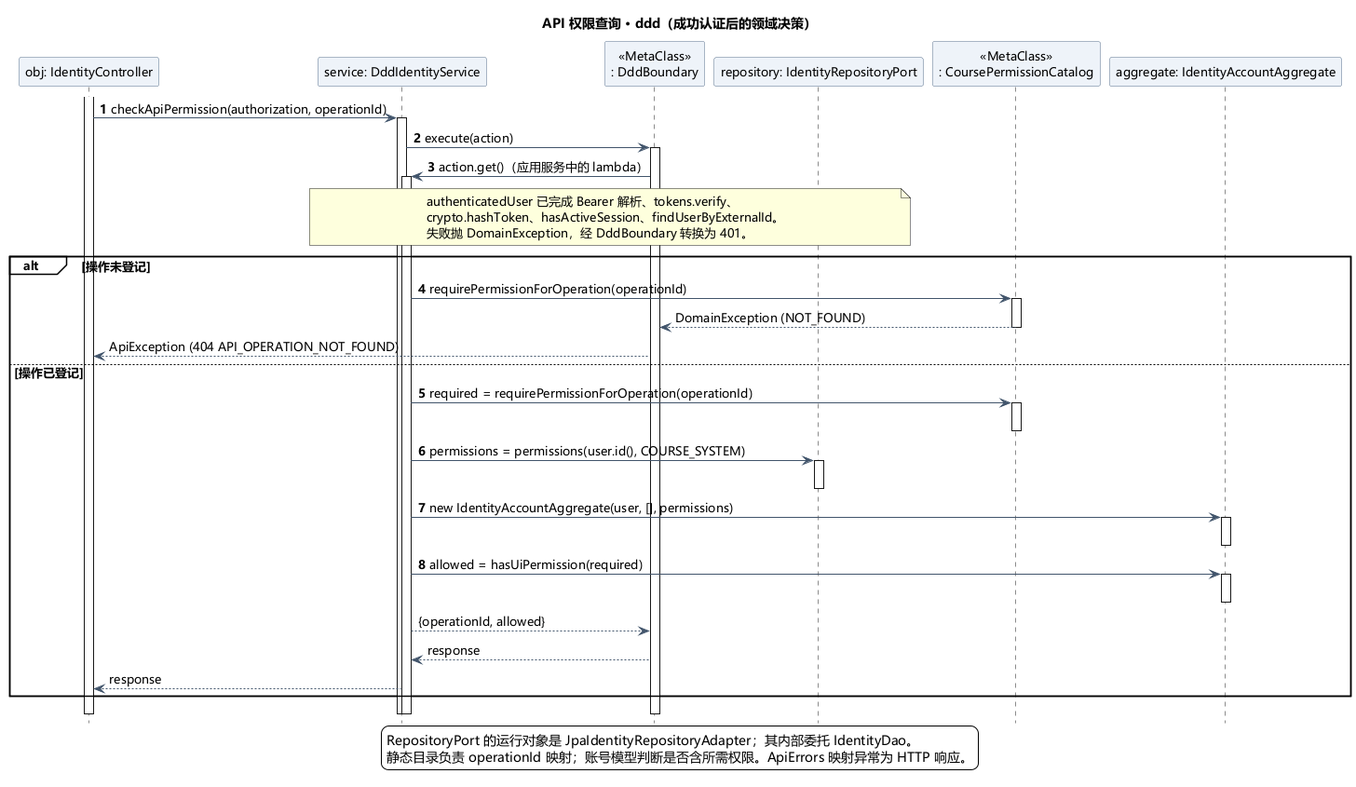
This is doc/uml/api-permission-ddd-sequence.png from JiuQi79-BOT/MelonHub, a PlantUML export, as it was before one commit.
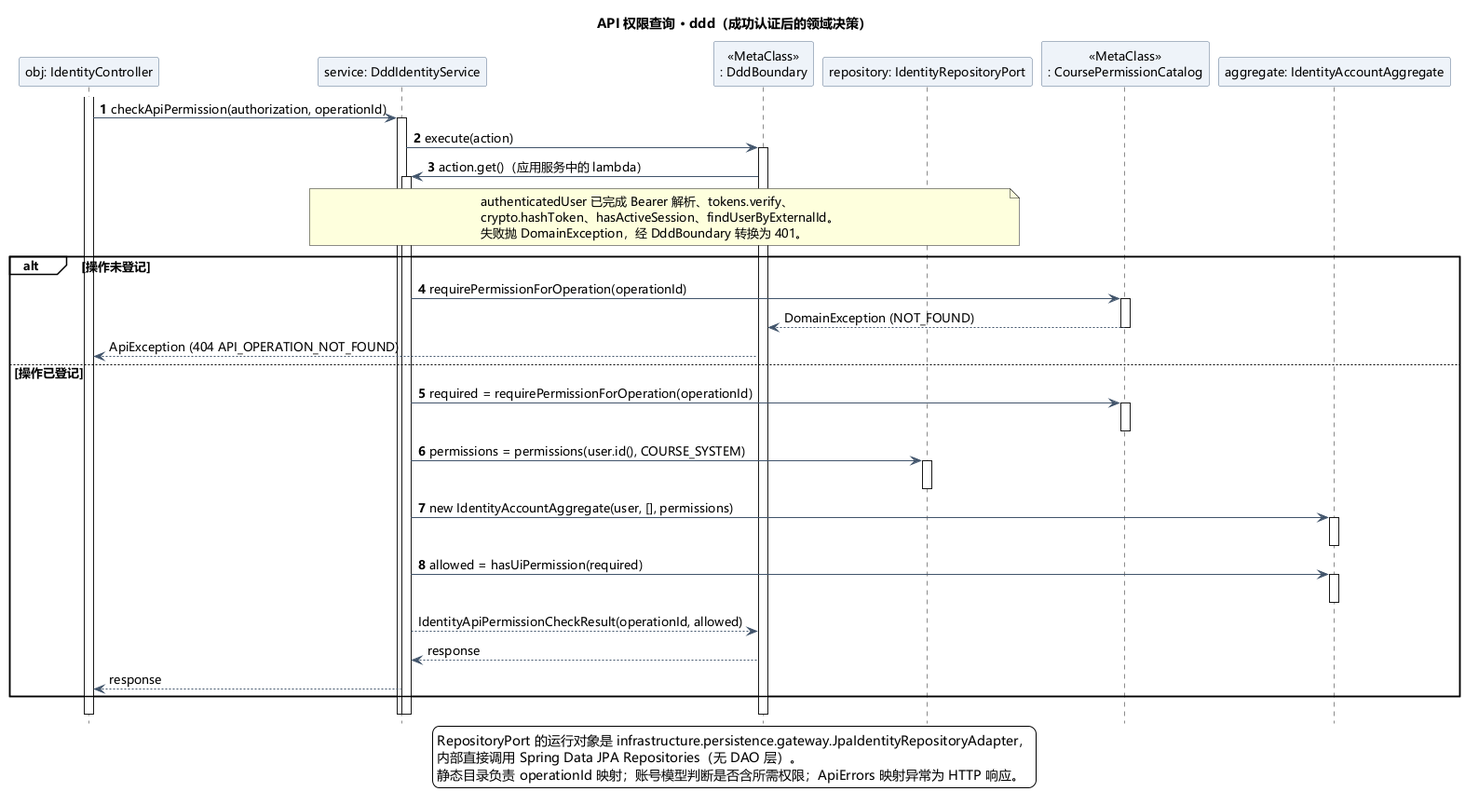
The same file after the commit.

What changed in the source:
```diff
@@ -54,7 +54,7 @@
  activate Model
  deactivate Model
  autonumber stop
- S --> B: {operationId, allowed}
+ S --> B: IdentityApiPermissionCheckResult(operationId, allowed)
  B --> S: response
  S --> C: response
 end
@@ -64,7 +64,8 @@
 deactivate S
 deactivate C
 legend bottom
-RepositoryPort 的运行对象是 JpaIdentityRepositoryAdapter；其内部委托 IdentityDao。
-静态目录负责 operationId 映射；账号模型判断是否含所需权限。ApiErrors 映射异常为 HTTP 响应。
+RepositoryPort 的运行对象是 infrastructure.persistence.gateway.JpaIdentityRepositoryAdapter，
+内部直接调用 Spring Data JPA Repositories（无 DAO 层）。
+静态目录负责 operationId 映射；账号模型判断是否含所需权限；ApiErrors 映射异常为 HTTP 响应。
 endlegend
 @enduml
```
